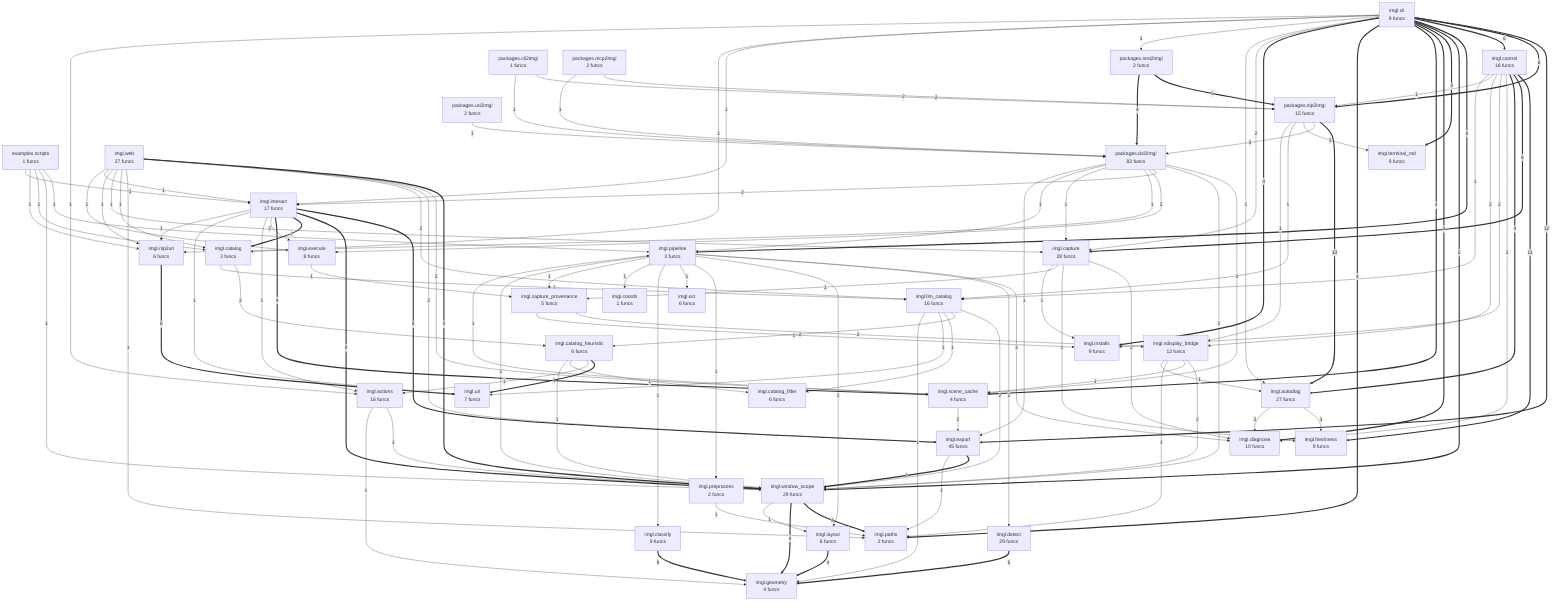
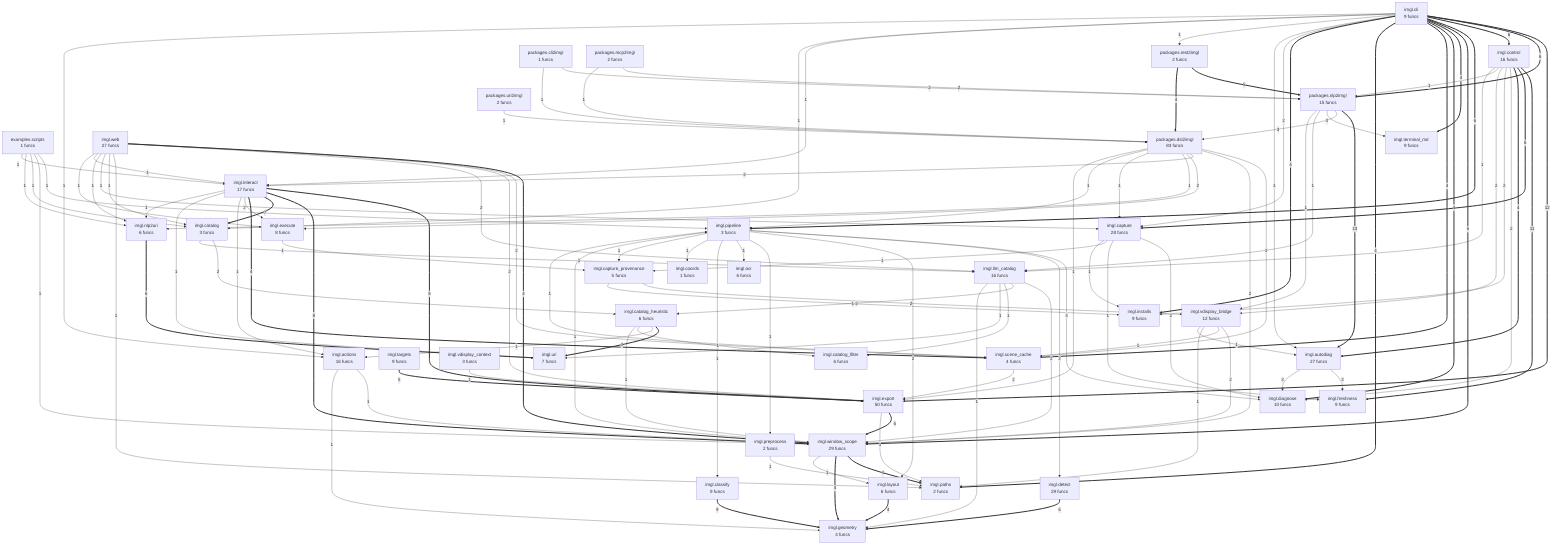
flowchart TD
- %% generated in 0.03s
+ %% generated in 0.05s
    examples__scripts["examples.scripts<br/>1 funcs"]
    imgl__actions["imgl.actions<br/>16 funcs"]
    imgl__autodiag["imgl.autodiag<br/>27 funcs"]
    imgl__capture["imgl.capture<br/>28 funcs"]
    imgl__capture_provenance["imgl.capture_provenance<br/>5 funcs"]
    imgl__catalog["imgl.catalog<br/>3 funcs"]
    imgl__catalog_filter["imgl.catalog_filter<br/>6 funcs"]
    imgl__catalog_heuristic["imgl.catalog_heuristic<br/>6 funcs"]
    imgl__classify["imgl.classify<br/>9 funcs"]
    imgl__cli["imgl.cli<br/>9 funcs"]
    imgl__control["imgl.control<br/>16 funcs"]
    imgl__coords["imgl.coords<br/>1 funcs"]
    imgl__detect["imgl.detect<br/>29 funcs"]
    imgl__diagnose["imgl.diagnose<br/>10 funcs"]
    imgl__execute["imgl.execute<br/>8 funcs"]
-     imgl__export["imgl.export<br/>45 funcs"]
+     imgl__export["imgl.export<br/>50 funcs"]
    imgl__freshness["imgl.freshness<br/>9 funcs"]
    imgl__geometry["imgl.geometry<br/>4 funcs"]
    imgl__installs["imgl.installs<br/>9 funcs"]
    imgl__interact["imgl.interact<br/>17 funcs"]
    imgl__layout["imgl.layout<br/>6 funcs"]
    imgl__llm_catalog["imgl.llm_catalog<br/>16 funcs"]
    imgl__nlp2uri["imgl.nlp2uri<br/>6 funcs"]
    imgl__ocr["imgl.ocr<br/>6 funcs"]
    imgl__paths["imgl.paths<br/>2 funcs"]
    imgl__pipeline["imgl.pipeline<br/>3 funcs"]
    imgl__preprocess["imgl.preprocess<br/>2 funcs"]
    imgl__scene_cache["imgl.scene_cache<br/>4 funcs"]
+     imgl__targets["imgl.targets<br/>9 funcs"]
    imgl__terminal_md["imgl.terminal_md<br/>9 funcs"]
    imgl__uri["imgl.uri<br/>7 funcs"]
    imgl__vdisplay_bridge["imgl.vdisplay_bridge<br/>12 funcs"]
+     imgl__vdisplay_context["imgl.vdisplay_context<br/>3 funcs"]
    imgl__web["imgl.web<br/>27 funcs"]
    imgl__window_scope["imgl.window_scope<br/>29 funcs"]
    packages__cli2imgl["packages.cli2imgl<br/>1 funcs"]
    packages__dsl2imgl["packages.dsl2imgl<br/>83 funcs"]
    packages__mcp2imgl["packages.mcp2imgl<br/>2 funcs"]
    packages__nlp2imgl["packages.nlp2imgl<br/>15 funcs"]
    packages__rest2imgl["packages.rest2imgl<br/>2 funcs"]
    packages__uri2imgl["packages.uri2imgl<br/>2 funcs"]
    packages__nlp2imgl ==>|13| imgl__autodiag
    imgl__cli ==>|12| imgl__export
    imgl__control ==>|11| imgl__freshness
    imgl__classify ==>|9| imgl__geometry
    imgl__interact ==>|8| imgl__export
    imgl__interact ==>|8| imgl__window_scope
    imgl__interact ==>|7| imgl__catalog
+     imgl__cli ==>|6| packages__nlp2imgl
+     imgl__cli ==>|6| imgl__control
+     imgl__cli ==>|6| imgl__pipeline
    imgl__nlp2uri ==>|6| imgl__uri
    imgl__control ==>|6| imgl__capture
    imgl__export ==>|6| imgl__window_scope
    imgl__detect ==>|6| imgl__geometry
-     imgl__cli ==>|6| packages__nlp2imgl
-     imgl__cli ==>|6| imgl__control
-     imgl__cli ==>|6| imgl__pipeline
    packages__rest2imgl ==>|5| packages__nlp2imgl
    imgl__cli ==>|5| imgl__window_scope
+     imgl__targets ==>|5| imgl__export
    packages__rest2imgl ==>|4| packages__dsl2imgl
+     imgl__cli ==>|4| imgl__terminal_md
+     imgl__cli ==>|4| imgl__diagnose
+     imgl__cli ==>|4| imgl__scene_cache
+     imgl__cli ==>|4| imgl__paths
+     imgl__cli ==>|4| imgl__installs
+     imgl__interact ==>|4| imgl__scene_cache
    imgl__layout ==>|4| imgl__geometry
    imgl__window_scope ==>|4| imgl__paths
    imgl__window_scope ==>|4| imgl__geometry
    imgl__control ==>|4| imgl__autodiag
    imgl__catalog_heuristic ==>|4| imgl__uri
    imgl__web ==>|4| imgl__window_scope
-     imgl__cli ==>|4| imgl__terminal_md
-     imgl__cli ==>|4| imgl__diagnose
-     imgl__cli ==>|4| imgl__scene_cache
-     imgl__cli ==>|4| imgl__paths
-     imgl__cli ==>|4| imgl__installs
-     imgl__interact ==>|4| imgl__scene_cache
    packages__nlp2imgl -->|3| packages__dsl2imgl
    packages__nlp2imgl -->|3| imgl__terminal_md
    imgl__autodiag -->|3| imgl__freshness
    imgl__autodiag -->|3| imgl__diagnose
    imgl__pipeline -->|3| imgl__diagnose
    packages__cli2imgl -->|2| packages__nlp2imgl
    packages__mcp2imgl -->|2| packages__nlp2imgl
+     packages__dsl2imgl -->|2| imgl__scene_cache
+     packages__dsl2imgl -->|2| imgl__window_scope
+     packages__dsl2imgl -->|2| imgl__interact
+     packages__dsl2imgl -->|2| imgl__execute
+     imgl__cli -->|2| imgl__capture
    imgl__scene_cache -->|2| imgl__export
+     imgl__interact -->|2| imgl__execute
    imgl__catalog -->|2| imgl__catalog_heuristic
+     imgl__capture -->|2| imgl__diagnose
    imgl__llm_catalog -->|2| imgl__window_scope
    imgl__llm_catalog -->|2| imgl__catalog_heuristic
    imgl__pipeline -->|2| imgl__detect
    imgl__pipeline -->|2| imgl__layout
    imgl__control -->|2| imgl__diagnose
    imgl__control -->|2| imgl__installs
    imgl__control -->|2| imgl__vdisplay_bridge
    imgl__capture_provenance -->|2| imgl__vdisplay_bridge
    imgl__vdisplay_bridge -->|2| imgl__window_scope
    imgl__web -->|2| imgl__scene_cache
    imgl__web -->|2| imgl__export
    imgl__web -->|2| imgl__llm_catalog
-     packages__dsl2imgl -->|2| imgl__scene_cache
-     packages__dsl2imgl -->|2| imgl__window_scope
-     packages__dsl2imgl -->|2| imgl__interact
-     packages__dsl2imgl -->|2| imgl__execute
-     imgl__cli -->|2| imgl__capture
-     imgl__interact -->|2| imgl__execute
-     imgl__capture -->|2| imgl__diagnose
    packages__cli2imgl -->|1| packages__dsl2imgl
    packages__uri2imgl -->|1| packages__dsl2imgl
    packages__mcp2imgl -->|1| packages__dsl2imgl
+     packages__dsl2imgl -->|1| imgl__nlp2uri
+     packages__dsl2imgl -->|1| imgl__capture
+     packages__dsl2imgl -->|1| imgl__pipeline
+     packages__dsl2imgl -->|1| imgl__export
    packages__nlp2imgl -->|1| imgl__llm_catalog
    packages__nlp2imgl -->|1| imgl__vdisplay_bridge
    examples__scripts -->|1| imgl__pipeline
    examples__scripts -->|1| imgl__window_scope
    examples__scripts -->|1| imgl__catalog
    examples__scripts -->|1| imgl__nlp2uri
    examples__scripts -->|1| imgl__interact
+     imgl__cli -->|1| imgl__autodiag
+     imgl__cli -->|1| packages__rest2imgl
+     imgl__cli -->|1| imgl__interact
+     imgl__cli -->|1| imgl__catalog
+     imgl__cli -->|1| imgl__actions
    imgl__scene_cache -->|1| imgl__pipeline
+     imgl__interact -->|1| imgl__actions
+     imgl__interact -->|1| imgl__uri
+     imgl__interact -->|1| imgl__nlp2uri
    imgl__actions -->|1| imgl__window_scope
    imgl__actions -->|1| imgl__geometry
    imgl__catalog -->|1| imgl__llm_catalog
+     imgl__capture -->|1| imgl__freshness
+     imgl__capture -->|1| imgl__capture_provenance
+     imgl__capture -->|1| imgl__installs
    imgl__preprocess -->|1| imgl__paths
    imgl__llm_catalog -->|1| imgl__catalog_filter
    imgl__llm_catalog -->|1| imgl__uri
    imgl__llm_catalog -->|1| imgl__geometry
    imgl__window_scope -->|1| imgl__pipeline
    imgl__window_scope -->|1| imgl__layout
+     imgl__execute -->|1| imgl__capture_provenance
    imgl__pipeline -->|1| imgl__preprocess
    imgl__pipeline -->|1| imgl__ocr
    imgl__pipeline -->|1| imgl__classify
    imgl__pipeline -->|1| imgl__coords
    imgl__pipeline -->|1| imgl__capture_provenance
    imgl__control -->|1| packages__nlp2imgl
    imgl__control -->|1| imgl__llm_catalog
    imgl__capture_provenance -->|1| imgl__installs
    imgl__vdisplay_bridge -->|1| imgl__scene_cache
    imgl__vdisplay_bridge -->|1| imgl__paths
    imgl__vdisplay_bridge -->|1| imgl__autodiag
    imgl__catalog_heuristic -->|1| imgl__actions
    imgl__catalog_heuristic -->|1| imgl__catalog_filter
    imgl__catalog_heuristic -->|1| imgl__window_scope
    imgl__export -->|1| imgl__paths
    imgl__web -->|1| imgl__paths
    imgl__web -->|1| imgl__catalog
    imgl__web -->|1| imgl__capture
    imgl__web -->|1| imgl__nlp2uri
    imgl__web -->|1| imgl__interact
    imgl__web -->|1| imgl__execute
-     packages__dsl2imgl -->|1| imgl__nlp2uri
-     packages__dsl2imgl -->|1| imgl__capture
-     packages__dsl2imgl -->|1| imgl__pipeline
-     packages__dsl2imgl -->|1| imgl__export
-     imgl__cli -->|1| imgl__autodiag
-     imgl__cli -->|1| packages__rest2imgl
-     imgl__cli -->|1| imgl__interact
-     imgl__cli -->|1| imgl__catalog
-     imgl__cli -->|1| imgl__actions
-     imgl__interact -->|1| imgl__actions
-     imgl__interact -->|1| imgl__uri
-     imgl__interact -->|1| imgl__nlp2uri
-     imgl__capture -->|1| imgl__freshness
-     imgl__capture -->|1| imgl__capture_provenance
-     imgl__capture -->|1| imgl__installs
-     imgl__execute -->|1| imgl__capture_provenance
+     imgl__vdisplay_context -->|1| imgl__export
